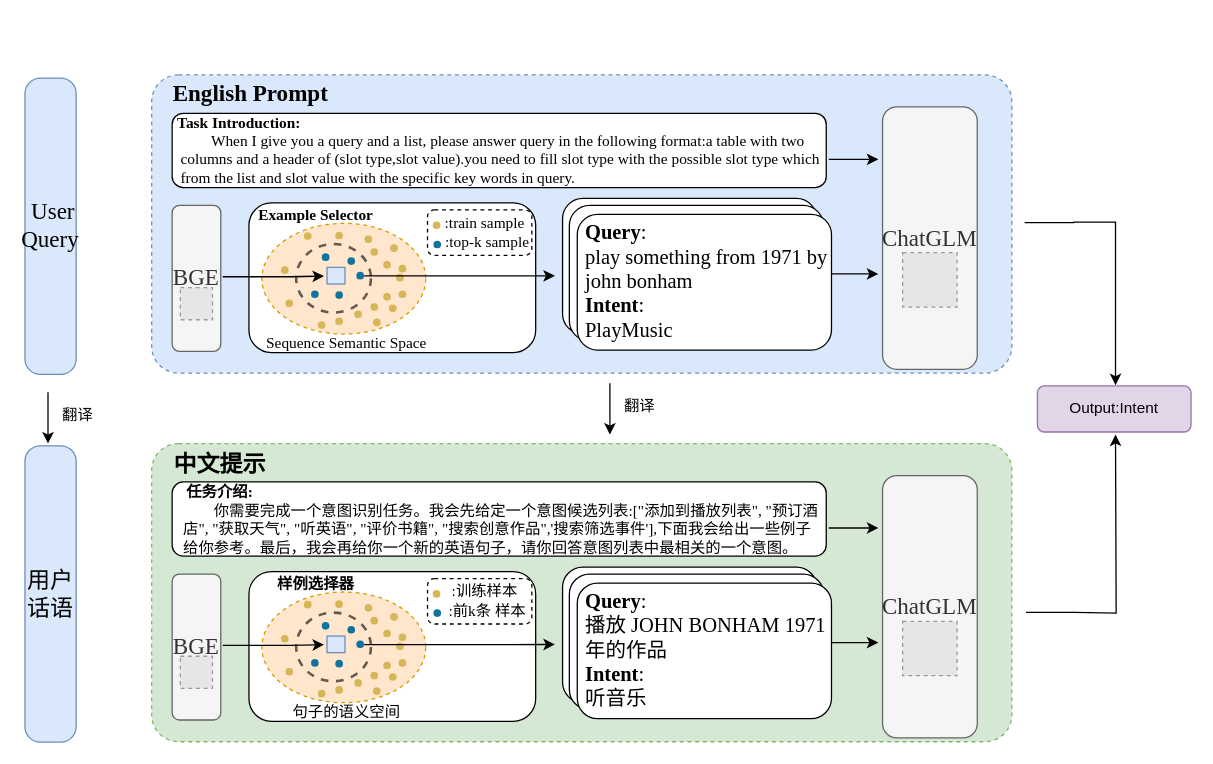
The draw.io diagram shiyan3.drawio in liweizhen111/GIt-GitHub_Note, before the edit. Source tidied: cells renumbered, new cells numbered last; positions are measured from the earlier drawing's top-left corner, leaving out a move shared by most shapes. Both pictures are drawn from the tidied source at 128%, with x=0, y=0 at pixel (24, 72). Pictures stored in the file or linked from it are replaced by grey dashed boxes.
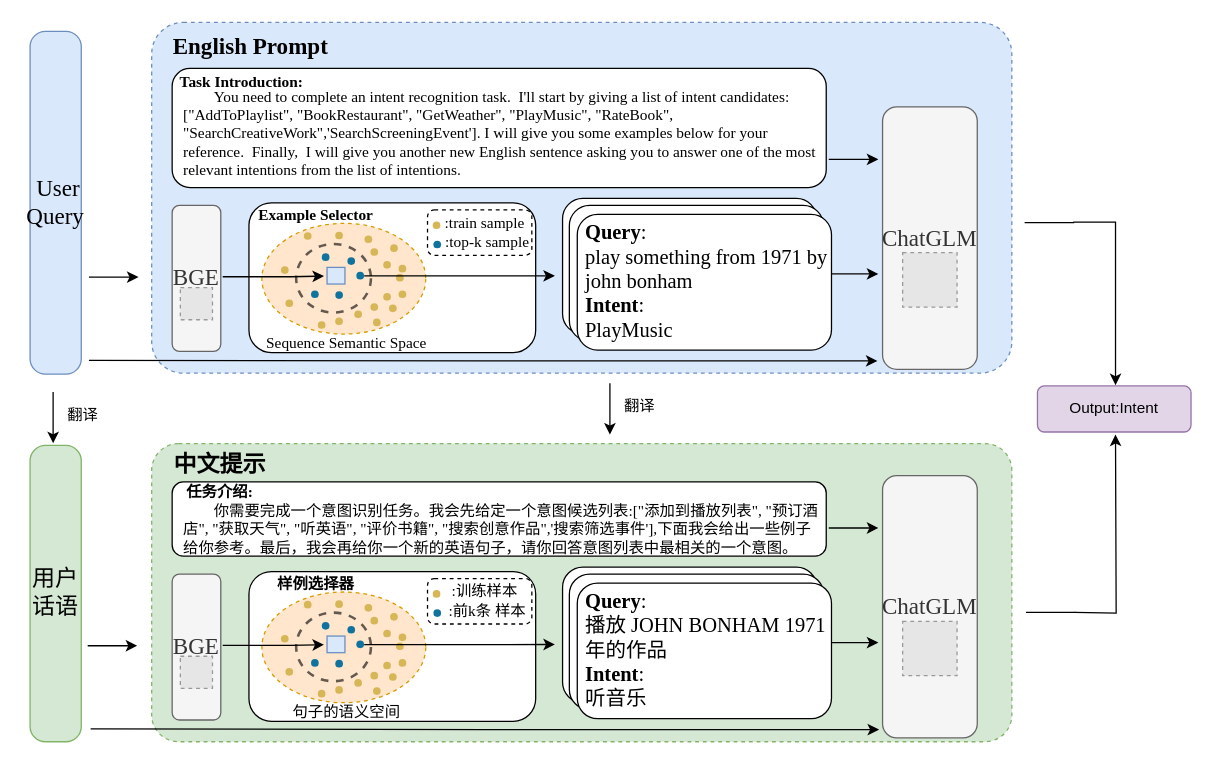
The same page after the edit.

What changed in the source:
```diff
@@
     <mxCell id="2" value="&lt;font style=&quot;font-size: 18px;&quot; face=&quot;Times New Roman&quot;&gt;&amp;nbsp;User Query&lt;/font&gt;" style="rounded=1;whiteSpace=wrap;html=1;rotation=0;fillColor=#dae8fc;strokeColor=#6c8ebf;flipV=0;direction=south;arcSize=30;flipH=0;" parent="1" vertex="1">
-      <mxGeometry y="4.5" width="40" height="231.5" as="geometry" />
+      <mxGeometry x="4" y="-32" width="40" height="267.8" as="geometry" />
     </mxCell>
     <mxCell id="3" style="rounded=1;whiteSpace=wrap;html=1;dashed=1;fillColor=#dae8fc;strokeColor=#6c8ebf;glass=0;shadow=0;arcSize=9;" parent="1" vertex="1">
-      <mxGeometry x="99" y="2" width="672" height="233" as="geometry" />
+      <mxGeometry x="99" y="-39" width="672" height="274" as="geometry" />
     </mxCell>
@@
     <mxCell id="11" value="&lt;font face=&quot;Times New Roman&quot;&gt;&lt;span style=&quot;font-size: 18px;&quot;&gt;English Prompt&lt;/span&gt;&lt;/font&gt;" style="text;html=1;align=center;verticalAlign=middle;strokeColor=none;fillColor=none;fontStyle=1;" parent="1" vertex="1">
-      <mxGeometry x="110.8" width="131" height="34" as="geometry" />
+      <mxGeometry x="110.8" y="-37" width="131" height="34" as="geometry" />
     </mxCell>
     <mxCell id="12" value="&lt;span id=&quot;docs-internal-guid-20cc6918-7fff-7577-12aa-bc1fb561c2a0&quot;&gt;&lt;p style=&quot;line-height:1.2;margin-top:0pt;margin-bottom:0pt;&quot; dir=&quot;ltr&quot;&gt;&lt;br&gt;&lt;/p&gt;&lt;/span&gt;" style="rounded=1;whiteSpace=wrap;html=1;" parent="1" vertex="1">
-      <mxGeometry x="115" y="32" width="511" height="58" as="geometry" />
+      <mxGeometry x="115" y="-3" width="511" height="93" as="geometry" />
     </mxCell>
-    <mxCell id="13" value="&lt;span style=&quot;font-family: &amp;quot;Times New Roman&amp;quot;;&quot;&gt;&amp;nbsp; &amp;nbsp; &amp;nbsp; &amp;nbsp; When I give you a query and a list, please answer query in the following&amp;nbsp;format:a table&amp;nbsp;with two columns and a header of (slot type,slot value).you need to fill&amp;nbsp;slot type&amp;nbsp;with the possible slot type which from the list and slot value with the specific key words in query.&lt;/span&gt;" style="text;html=1;align=left;verticalAlign=middle;whiteSpace=wrap;rounded=0;labelPosition=center;verticalLabelPosition=middle;" parent="1" vertex="1">
-      <mxGeometry x="119.7" y="40.6" width="504.2" height="55" as="geometry" />
+    <mxCell id="13" value="&lt;span style=&quot;font-family: &amp;quot;Times New Roman&amp;quot;;&quot;&gt;&amp;nbsp; &amp;nbsp; &amp;nbsp; &amp;nbsp;&amp;nbsp;&lt;/span&gt;&lt;font face=&quot;Times New Roman&quot;&gt;You need to complete an intent recognition task.&amp;nbsp; I'll start by giving a list of intent candidates:[&quot;AddToPlaylist&quot;, &quot;BookRestaurant&quot;, &quot;GetWeather&quot;, &quot;PlayMusic&quot;, &quot;RateBook&quot;, &quot;SearchCreativeWork&quot;,'SearchScreeningEvent']. I will give you some examples below for your reference.&amp;nbsp; Finally,&amp;nbsp; I will give you another new English sentence asking you to answer one of the most relevant intentions from the list of intentions.&lt;/font&gt;" style="text;html=1;align=left;verticalAlign=middle;whiteSpace=wrap;rounded=0;labelPosition=center;verticalLabelPosition=middle;" parent="1" vertex="1">
+      <mxGeometry x="122" y="6.4" width="497.3" height="83.6" as="geometry" />
     </mxCell>
@@
     <mxCell id="51" value="&lt;font face=&quot;Times New Roman&quot;&gt;Task Introduction:&lt;/font&gt;" style="text;html=1;align=center;verticalAlign=middle;strokeColor=none;fillColor=none;fontStyle=1;" parent="1" vertex="1">
-      <mxGeometry x="113.5" y="27" width="106" height="26" as="geometry" />
+      <mxGeometry x="115.8" y="-5" width="106" height="26" as="geometry" />
     </mxCell>
@@
     <mxCell id="110" style="endArrow=classic;html=1;rounded=0;" parent="1" edge="1">
       <mxGeometry relative="1" as="geometry">
-        <mxPoint x="18" y="250" as="sourcePoint" />
-        <mxPoint x="18" y="290" as="targetPoint" />
+        <mxPoint x="22" y="249.8" as="sourcePoint" />
+        <mxPoint x="22" y="289.8" as="targetPoint" />
       </mxGeometry>
     </mxCell>
     <mxCell id="111" value="翻译" style="text;html=1;align=center;verticalAlign=middle;whiteSpace=wrap;rounded=0;" parent="1" vertex="1">
-      <mxGeometry x="25" y="253" width="33" height="30" as="geometry" />
+      <mxGeometry x="29" y="252.8" width="33" height="30" as="geometry" />
     </mxCell>
-    <mxCell id="112" value="&lt;font face=&quot;Times New Roman&quot;&gt;&lt;span style=&quot;font-size: 18px;&quot;&gt;用户&lt;/span&gt;&lt;/font&gt;&lt;div&gt;&lt;font face=&quot;Times New Roman&quot;&gt;&lt;span style=&quot;font-size: 18px;&quot;&gt;话语&lt;/span&gt;&lt;/font&gt;&lt;/div&gt;" style="rounded=1;whiteSpace=wrap;html=1;rotation=0;fillColor=#dae8fc;strokeColor=#6c8ebf;flipV=0;direction=south;arcSize=30;flipH=0;" parent="1" vertex="1">
-      <mxGeometry y="291.8" width="40" height="231.5" as="geometry" />
+    <mxCell id="112" value="&lt;font face=&quot;Times New Roman&quot;&gt;&lt;span style=&quot;font-size: 18px;&quot;&gt;用户&lt;/span&gt;&lt;/font&gt;&lt;div&gt;&lt;font face=&quot;Times New Roman&quot;&gt;&lt;span style=&quot;font-size: 18px;&quot;&gt;话语&lt;/span&gt;&lt;/font&gt;&lt;/div&gt;" style="rounded=1;whiteSpace=wrap;html=1;rotation=0;fillColor=#d5e8d4;strokeColor=#82b366;flipV=0;direction=south;arcSize=30;flipH=0;" parent="1" vertex="1">
+      <mxGeometry x="4" y="291.5" width="40" height="231.5" as="geometry" />
     </mxCell>
@@
+    <mxCell id="115" style="edgeStyle=orthogonalEdgeStyle;rounded=0;orthogonalLoop=1;jettySize=auto;html=1;" parent="1" edge="1">
+      <mxGeometry relative="1" as="geometry">
+        <mxPoint x="50" y="160" as="sourcePoint" />
+        <mxPoint x="88.7" y="160.5" as="targetPoint" />
+      </mxGeometry>
+    </mxCell>
+    <mxCell id="116" style="edgeStyle=orthogonalEdgeStyle;rounded=0;orthogonalLoop=1;jettySize=auto;html=1;" parent="1" edge="1">
+      <mxGeometry relative="1" as="geometry">
+        <mxPoint x="49" y="448" as="sourcePoint" />
+        <mxPoint x="87.7" y="448.5" as="targetPoint" />
+      </mxGeometry>
+    </mxCell>
+    <mxCell id="117" style="edgeStyle=orthogonalEdgeStyle;rounded=0;orthogonalLoop=1;jettySize=auto;html=1;" parent="1" edge="1">
+      <mxGeometry relative="1" as="geometry">
+        <mxPoint x="50" y="225" as="sourcePoint" />
+        <mxPoint x="666" y="225.5" as="targetPoint" />
+      </mxGeometry>
+    </mxCell>
+    <mxCell id="118" style="edgeStyle=orthogonalEdgeStyle;rounded=0;orthogonalLoop=1;jettySize=auto;html=1;" parent="1" edge="1">
+      <mxGeometry relative="1" as="geometry">
+        <mxPoint x="51.3" y="513" as="sourcePoint" />
+        <mxPoint x="667.3" y="513.5" as="targetPoint" />
+      </mxGeometry>
+    </mxCell>
```
